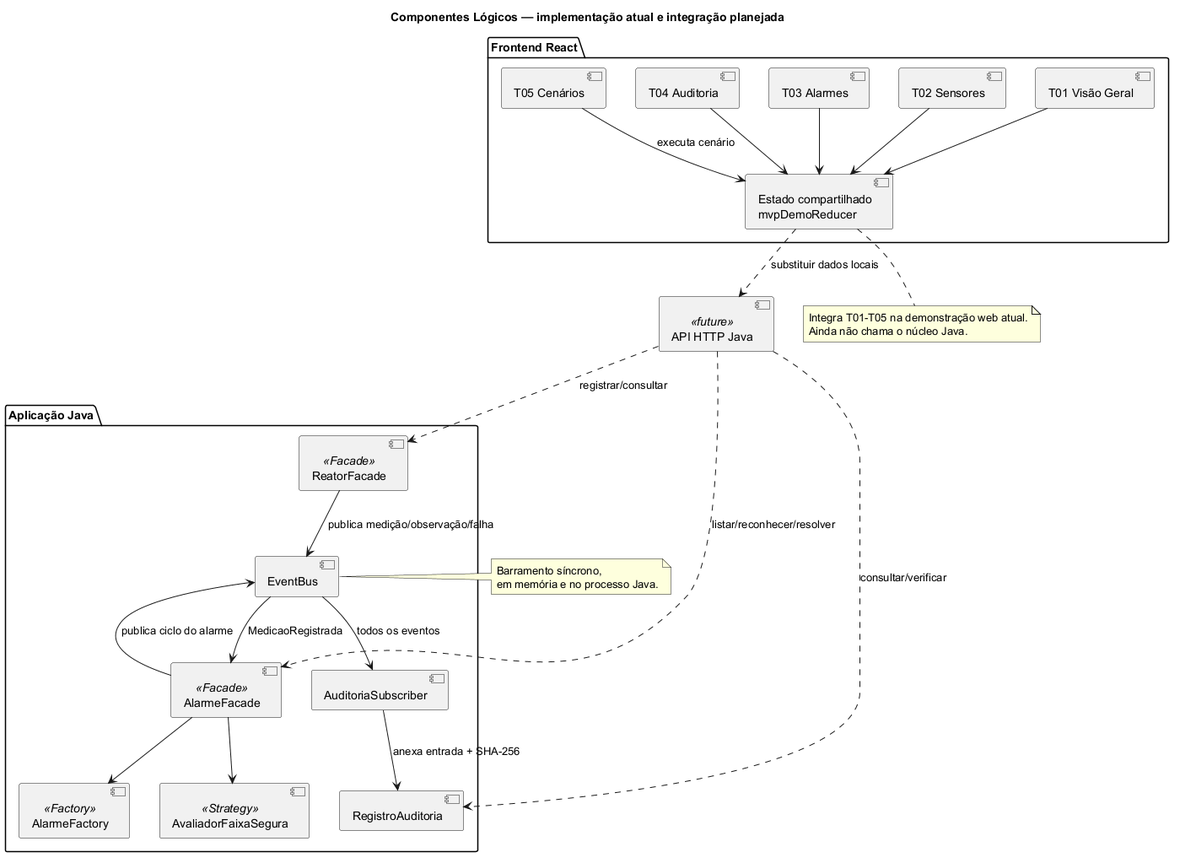
rlampago22/RP-IV keeps this PlantUML diagram as docs/marco1/diagramas/componentes-logicos-mvp.png. Above is the earlier version. Its diagram source:
```plantuml
@startuml componentes-logicos-mvp
title Componentes Lógicos — implementação atual e integração planejada
skinparam componentStyle uml2
skinparam shadowing false

package "Frontend React" {
  component "T01 Visão Geral" as T01
  component "T02 Sensores" as T02
  component "T03 Alarmes" as T03
  component "T04 Auditoria" as T04
  component "T05 Cenários" as T05
  component "Estado compartilhado\nmvpDemoReducer" as Estado

  T01 --> Estado
  T02 --> Estado
  T03 --> Estado
  T04 --> Estado
  T05 --> Estado : executa cenário
}

package "Aplicação Java" {
  component "ReatorFacade" as RF <<Facade>>
  component "AlarmeFacade" as AF <<Facade>>
  component "AvaliadorFaixaSegura" as Aval <<Strategy>>
  component "AlarmeFactory" as Factory <<Factory>>
  component "EventBus" as Bus
  component "AuditoriaSubscriber" as Aud
  component "RegistroAuditoria" as Reg

  RF --> Bus : publica medição/observação/falha
  Bus --> AF : MedicaoRegistrada
  AF --> Aval
  AF --> Factory
  AF --> Bus : publica ciclo do alarme
  Bus --> Aud : todos os eventos
  Aud --> Reg : anexa entrada + SHA-256
}

component "API HTTP Java" as Api <<future>>
Estado ..> Api : substituir dados locais
Api ..> RF : registrar/consultar
Api ..> AF : listar/reconhecer/resolver
Api ..> Reg : consultar/verificar

note right of Bus
  Barramento síncrono,
  em memória e no processo Java.
end note

note bottom of Estado
  Integra T01-T05 na demonstração web atual.
  Ainda não chama o núcleo Java.
end note

@enduml
```
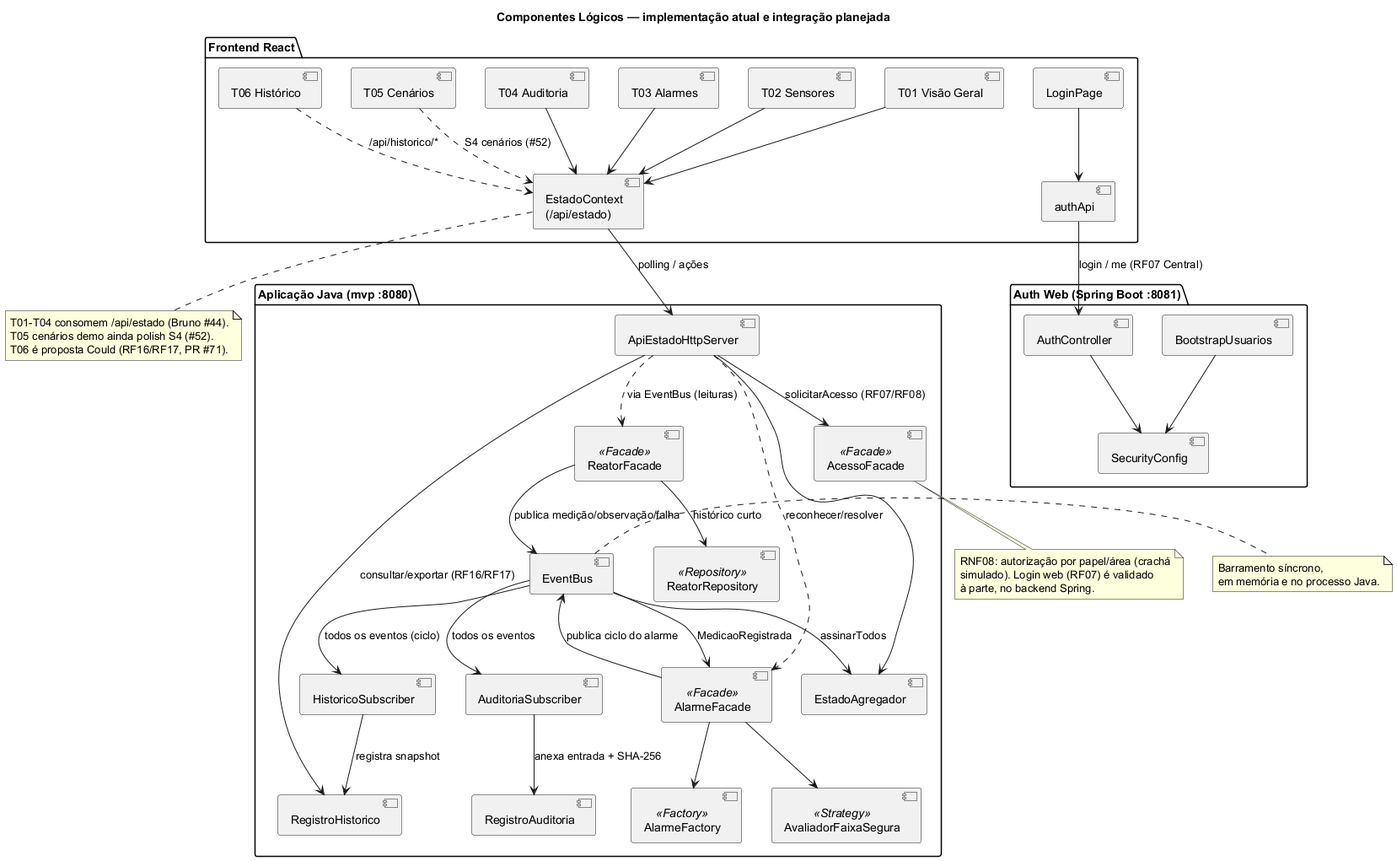
The same file after the commit.

Change to the diagram source:
```diff
@@ -4,29 +4,50 @@
 skinparam shadowing false
 
 package "Frontend React" {
+  component "LoginPage" as Login
   component "T01 Visão Geral" as T01
   component "T02 Sensores" as T02
   component "T03 Alarmes" as T03
   component "T04 Auditoria" as T04
   component "T05 Cenários" as T05
-  component "Estado compartilhado\nmvpDemoReducer" as Estado
+  component "T06 Histórico" as T06
+  component "EstadoContext\n(/api/estado)" as Estado
+  component "authApi" as AuthApi
 
   T01 --> Estado
   T02 --> Estado
   T03 --> Estado
   T04 --> Estado
-  T05 --> Estado : executa cenário
+  T05 ..> Estado : S4 cenários (#52)
+  T06 ..> Estado : /api/historico/*
+  Login --> AuthApi
 }
 
-package "Aplicação Java" {
+package "Auth Web (Spring Boot :8081)" {
+  component "SecurityConfig" as Sec
+  component "BootstrapUsuarios" as Boot
+  component "AuthController" as AuthCtrl
+
+  AuthCtrl --> Sec
+  Boot --> Sec
+}
+
+package "Aplicação Java (mvp :8080)" {
   component "ReatorFacade" as RF <<Facade>>
+  component "ReatorRepository" as RR <<Repository>>
   component "AlarmeFacade" as AF <<Facade>>
   component "AvaliadorFaixaSegura" as Aval <<Strategy>>
   component "AlarmeFactory" as Factory <<Factory>>
   component "EventBus" as Bus
   component "AuditoriaSubscriber" as Aud
   component "RegistroAuditoria" as Reg
+  component "AcessoFacade" as Acesso <<Facade>>
+  component "HistoricoSubscriber" as HistSub
+  component "RegistroHistorico" as HistReg
+  component "EstadoAgregador" as EA
+  component "ApiEstadoHttpServer" as Http
 
+  RF --> RR : histórico curto
   RF --> Bus : publica medição/observação/falha
   Bus --> AF : MedicaoRegistrada
   AF --> Aval
@@ -34,13 +55,18 @@
   AF --> Bus : publica ciclo do alarme
   Bus --> Aud : todos os eventos
   Aud --> Reg : anexa entrada + SHA-256
+  Bus --> HistSub : todos os eventos (ciclo)
+  HistSub --> HistReg : registra snapshot
+  Bus --> EA : assinarTodos
+  Http --> EA
+  Http --> Acesso : solicitarAcesso (RF07/RF08)
+  Http --> HistReg : consultar/exportar (RF16/RF17)
 }
 
-component "API HTTP Java" as Api <<future>>
-Estado ..> Api : substituir dados locais
-Api ..> RF : registrar/consultar
-Api ..> AF : listar/reconhecer/resolver
-Api ..> Reg : consultar/verificar
+Estado --> Http : polling / ações
+AuthApi --> AuthCtrl : login / me (RF07 Central)
+Http ..> RF : via EventBus (leituras)
+Http ..> AF : reconhecer/resolver
 
 note right of Bus
   Barramento síncrono,
@@ -48,8 +74,15 @@
 end note
 
 note bottom of Estado
-  Integra T01-T05 na demonstração web atual.
-  Ainda não chama o núcleo Java.
+  T01-T04 consomem /api/estado (Bruno #44).
+  T05 cenários demo ainda polish S4 (#52).
+  T06 é proposta Could (RF16/RF17, PR #71).
+end note
+
+note bottom of Acesso
+  RNF08: autorização por papel/área (crachá
+  simulado). Login web (RF07) é validado
+  à parte, no backend Spring.
 end note
 
 @enduml
```
